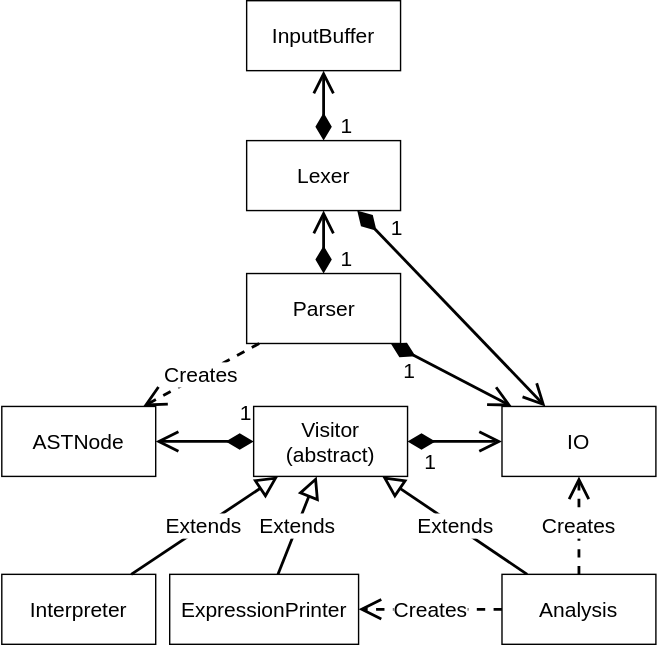
The draw.io diagram documents/Architecture.svg in Rochet2/compilers, before a commit. Source tidied: cells renumbered, new cells last; positions are measured from the earlier drawing's top-left corner, leaving out a move shared by most shapes.
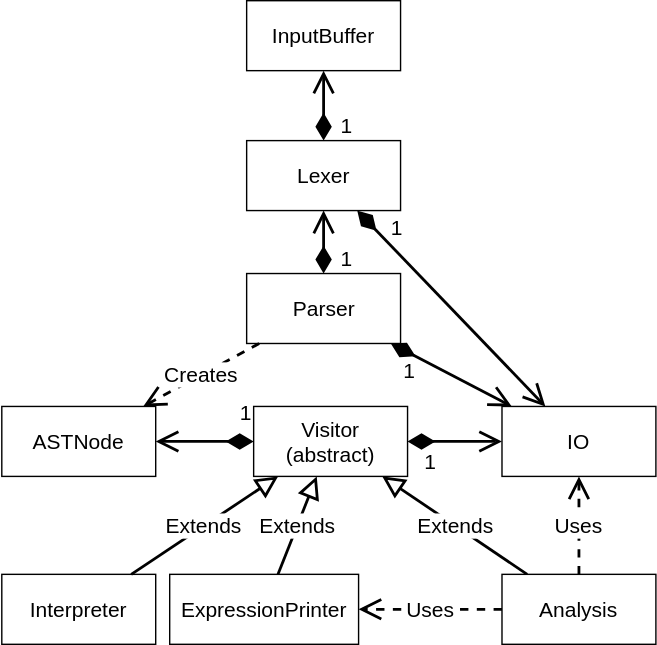
The same diagram one commit later.

Diff of the diagram source:
```diff
@@ -59,10 +59,10 @@
     <mxCell id="20" value="Extends" style="endArrow=block;endSize=11;endFill=0;html=1;strokeWidth=2;fontSize=15;" parent="1" edge="1" source="19" target="8">
       <mxGeometry relative="1" as="geometry" />
     </mxCell>
-    <mxCell id="21" value="Creates&lt;br&gt;" style="endArrow=open;endSize=12;dashed=1;html=1;strokeWidth=2;fontSize=15;" parent="1" edge="1" source="17" target="19">
+    <mxCell id="21" value="Uses&lt;br&gt;" style="endArrow=open;endSize=12;dashed=1;html=1;strokeWidth=2;fontSize=15;" parent="1" edge="1" source="17" target="19">
       <mxGeometry relative="1" as="geometry" />
     </mxCell>
-    <mxCell id="22" value="Creates&lt;br&gt;" style="endArrow=open;endSize=12;dashed=1;html=1;strokeWidth=2;fontSize=15;" parent="1" edge="1" source="17" target="4">
+    <mxCell id="22" value="Uses&lt;br&gt;" style="endArrow=open;endSize=12;dashed=1;html=1;strokeWidth=2;fontSize=15;" parent="1" edge="1" source="17" target="4">
       <mxGeometry relative="1" as="geometry" />
     </mxCell>
   </root>
```
